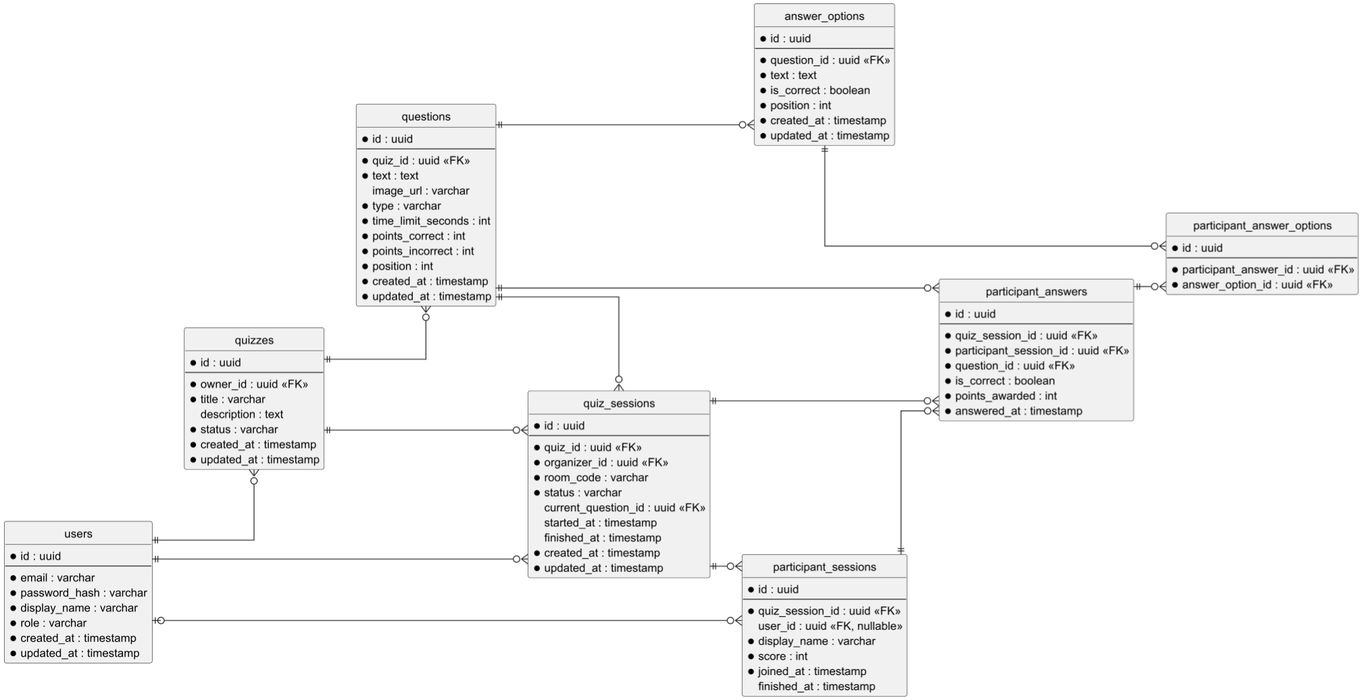
Earlier version of the PlantUML export docs/erd.png (pavelchervonenko/web-app-quiz). Its source is kept beside it as docs/erd.puml.
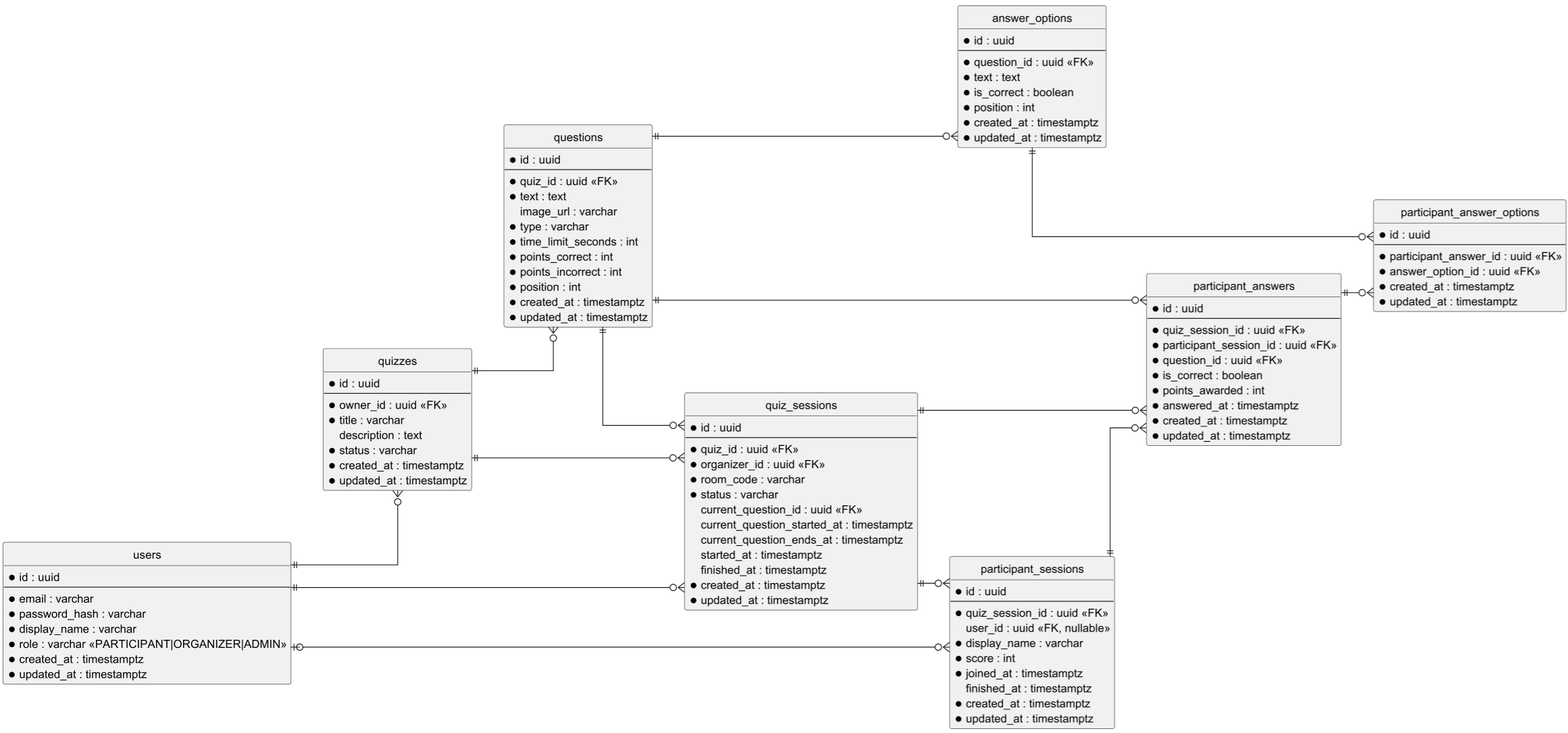
The same file after the commit.

Diff of the diagram source:
```diff
@@ -14,9 +14,9 @@
   * email : varchar
   * password_hash : varchar
   * display_name : varchar
-  * role : varchar
-  * created_at : timestamp
-  * updated_at : timestamp
+  * role : varchar <<PARTICIPANT|ORGANIZER|ADMIN>>
+  * created_at : timestamptz
+  * updated_at : timestamptz
 }
 
 entity "quizzes" as quizzes {
@@ -26,8 +26,8 @@
   * title : varchar
   description : text
   * status : varchar
-  * created_at : timestamp
-  * updated_at : timestamp
+  * created_at : timestamptz
+  * updated_at : timestamptz
 }
 
 entity "questions" as questions {
@@ -41,8 +41,8 @@
   * points_correct : int
   * points_incorrect : int
   * position : int
-  * created_at : timestamp
-  * updated_at : timestamp
+  * created_at : timestamptz
+  * updated_at : timestamptz
 }
 
 entity "answer_options" as answer_options {
@@ -52,8 +52,8 @@
   * text : text
   * is_correct : boolean
   * position : int
-  * created_at : timestamp
-  * updated_at : timestamp
+  * created_at : timestamptz
+  * updated_at : timestamptz
 }
 
 entity "quiz_sessions" as quiz_sessions {
@@ -64,10 +64,12 @@
   * room_code : varchar
   * status : varchar
   current_question_id : uuid <<FK>>
-  started_at : timestamp
-  finished_at : timestamp
-  * created_at : timestamp
-  * updated_at : timestamp
+  current_question_started_at : timestamptz
+  current_question_ends_at : timestamptz
+  started_at : timestamptz
+  finished_at : timestamptz
+  * created_at : timestamptz
+  * updated_at : timestamptz
 }
 
 entity "participant_sessions" as participant_sessions {
@@ -77,8 +79,10 @@
   user_id : uuid <<FK, nullable>>
   * display_name : varchar
   * score : int
-  * joined_at : timestamp
-  finished_at : timestamp
+  * joined_at : timestamptz
+  finished_at : timestamptz
+  * created_at : timestamptz
+  * updated_at : timestamptz
 }
 
 entity "participant_answers" as participant_answers {
@@ -89,7 +93,9 @@
   * question_id : uuid <<FK>>
   * is_correct : boolean
   * points_awarded : int
-  * answered_at : timestamp
+  * answered_at : timestamptz
+  * created_at : timestamptz
+  * updated_at : timestamptz
 }
 
 entity "participant_answer_options" as participant_answer_options {
@@ -97,6 +103,8 @@
   --
   * participant_answer_id : uuid <<FK>>
   * answer_option_id : uuid <<FK>>
+  * created_at : timestamptz
+  * updated_at : timestamptz
 }
 
 users ||--o{ quizzes
```
